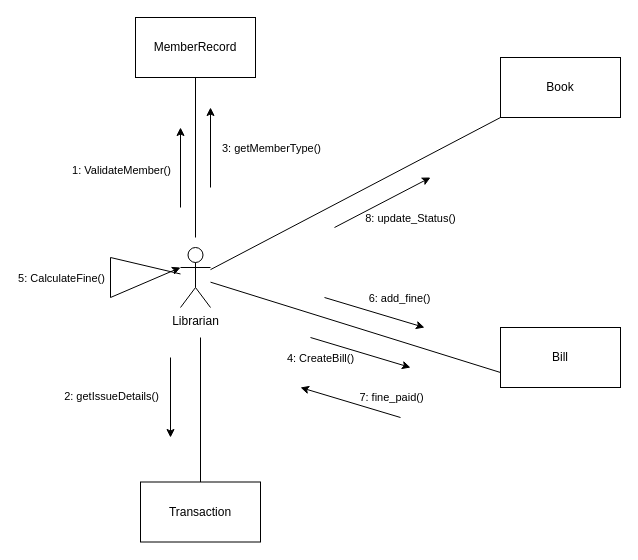
chanu4321/SE-Lab keeps this draw.io diagram as Experiment_8.drawio. Above is the earlier version. Source tidied: cells renumbered, new cells numbered last; positions are measured from the earlier drawing's top-left corner, leaving out a move shared by most shapes. Both pictures are drawn from the tidied source at 100%, with x=0, y=0 at pixel (110, 17).
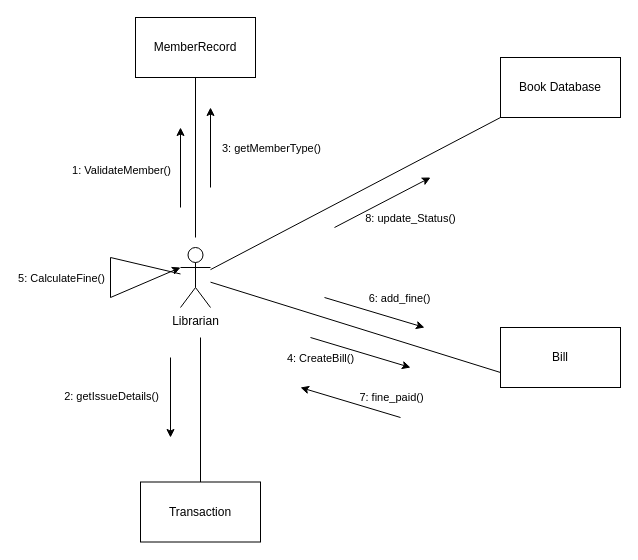
After the change.

Commit message (it also covers changes not shown here):
Update Collaboration Diagram

Diff of the diagram source:
```diff
@@
-    <mxCell id="5" value="Book" style="rounded=0;whiteSpace=wrap;html=1;" parent="1" vertex="1">
+    <mxCell id="5" value="Book Database" style="rounded=0;whiteSpace=wrap;html=1;" parent="1" vertex="1">
       <mxGeometry x="390" y="40" width="120" height="60" as="geometry" />
     </mxCell>
```
